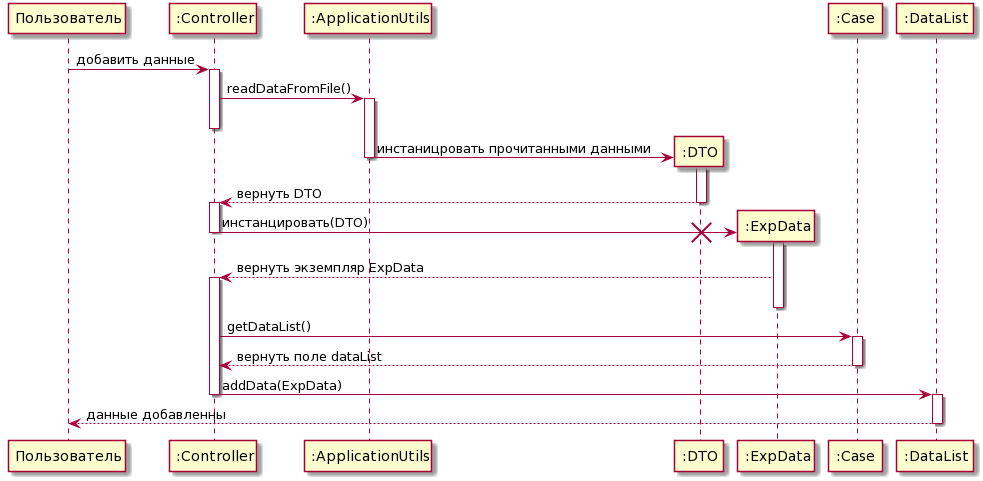
Before: fig/sequenceDiagram_addData.png, a diagram exported from PlantUML (wandel812/crs2semMag). The source it was exported from:
```plantuml
@startuml
Пользователь -> ":Controller" : добавить данные
activate ":Controller"
":Controller" -> ":ApplicationUtils" : readDataFromFile()
activate ":ApplicationUtils"
deactivate ":Controller"
create ":DTO"
":ApplicationUtils" -> ":DTO" : инстаницровать прочитанными данными
activate ":DTO"
deactivate ":ApplicationUtils"
":DTO" --> ":Controller" : вернуть DTO
deactivate ":DTO"
activate ":Controller"
create ":ExpData"
":Controller" -> ":ExpData" : инстанцировать(DTO)
activate ":ExpData"
deactivate ":Controller"
destroy ":DTO"
":ExpData" --> ":Controller" : вернуть экземпляр ExpData
activate ":Controller"
deactivate ":ExpData"
":Controller" -> ":Case" : getDataList()
activate ":Case"
":Case" --> ":Controller" : вернуть поле dataList
deactivate ":Case"
":Controller" -> ":DataList" : addData(ExpData)
deactivate ":Controller"
activate ":DataList"
":DataList" --> Пользователь : данные добавленны
deactivate ":DataList"
@enduml
```
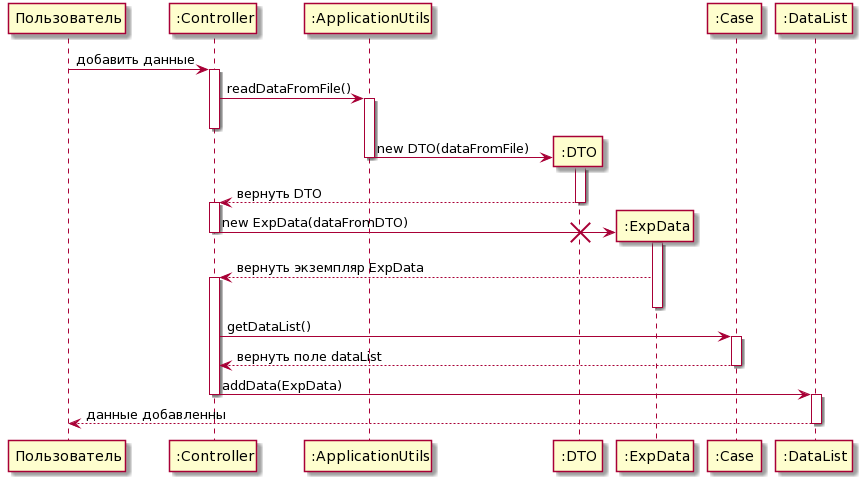
After the commit.

Diff of the diagram source:
```diff
@@ -5,14 +5,14 @@
 activate ":ApplicationUtils"
 deactivate ":Controller"
 create ":DTO"
-":ApplicationUtils" -> ":DTO" : инстаницровать прочитанными данными
+":ApplicationUtils" -> ":DTO" : new DTO(dataFromFile)
 activate ":DTO"
 deactivate ":ApplicationUtils"
 ":DTO" --> ":Controller" : вернуть DTO
 deactivate ":DTO"
 activate ":Controller"
 create ":ExpData"
-":Controller" -> ":ExpData" : инстанцировать(DTO)
+":Controller" -> ":ExpData" : new ExpData(dataFromDTO)
 activate ":ExpData"
 deactivate ":Controller"
 destroy ":DTO"
```
